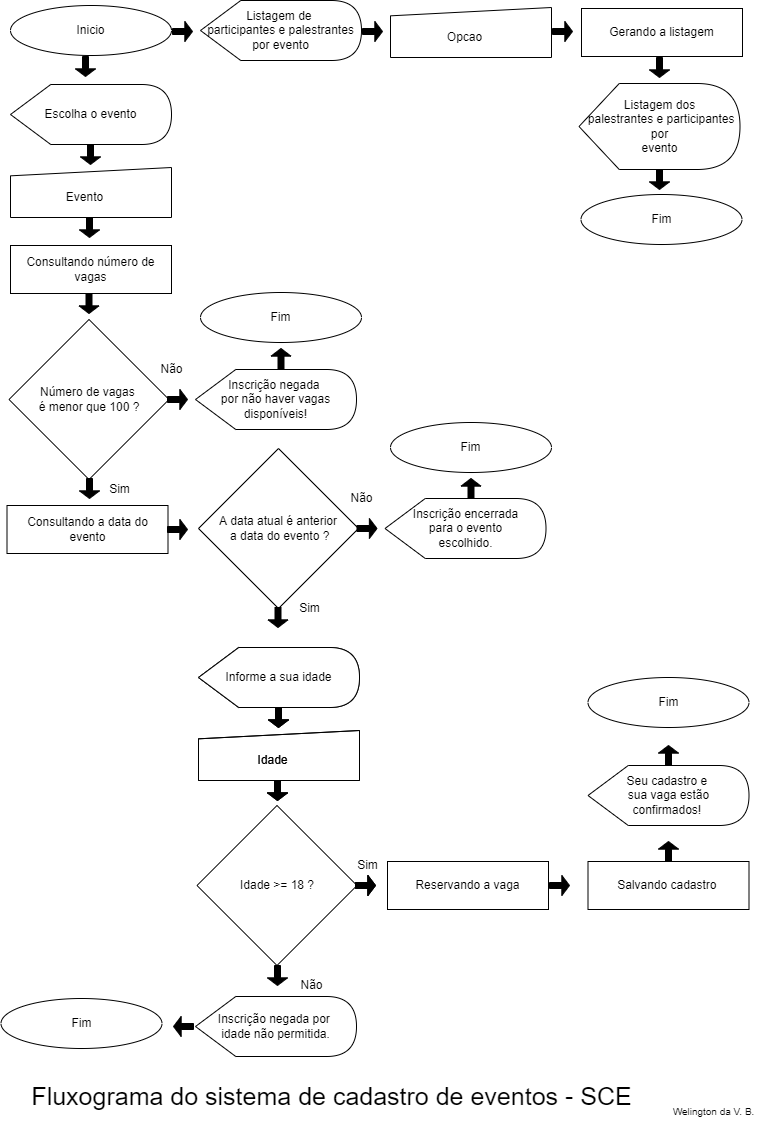
Earlier version of the draw.io export fluxograma-uc8-Atividade1.png (welingtonvb/uc8-atividade1). Source tidied: cells renumbered, new cells last; positions are measured from the earlier drawing's top-left corner, leaving out a move shared by most shapes.
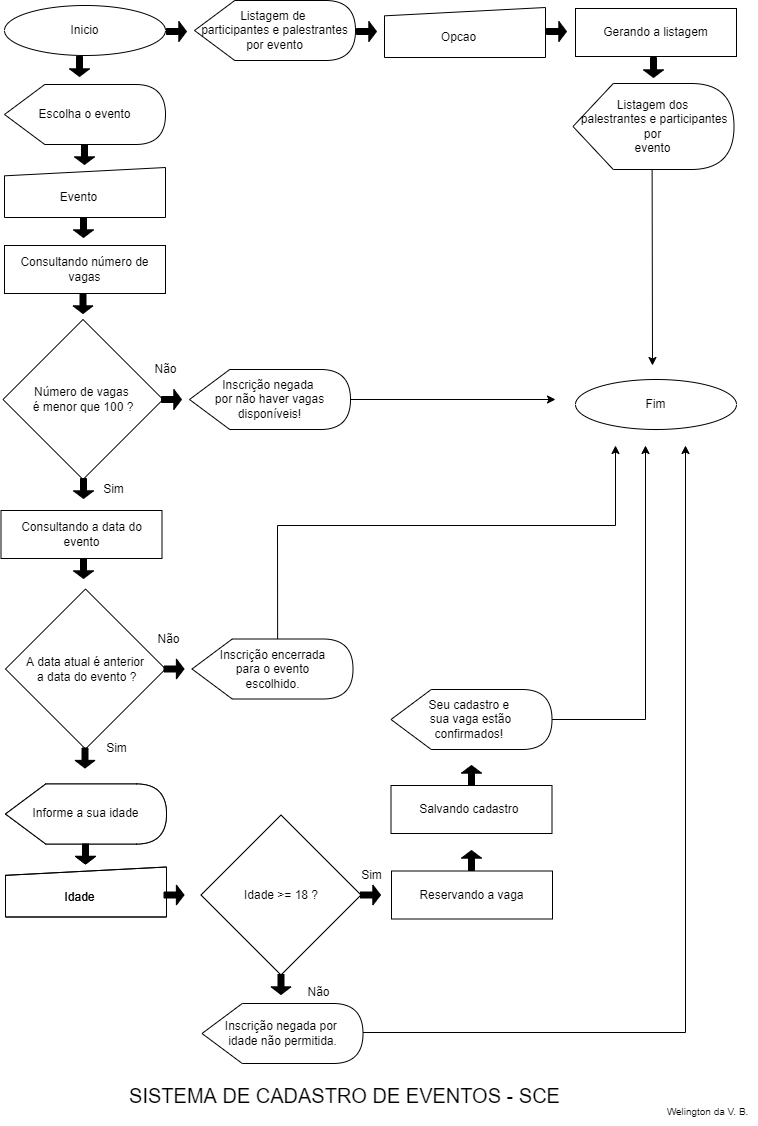
After the commit.

Commit message:
Fluxograma corrigido

The edit, as a diff of the source:
```diff
@@ -48,40 +48,34 @@
       <mxGeometry x="79" y="144" width="20" height="20" as="geometry" />
     </mxCell>
     <mxCell id="13" value="Consultando a data do evento" style="rounded=0;whiteSpace=wrap;html=1;" parent="1" vertex="1">
-      <mxGeometry x="5.5" y="505" width="161" height="48" as="geometry" />
+      <mxGeometry x="5.5" y="510" width="161" height="48" as="geometry" />
     </mxCell>
     <mxCell id="14" style="shape=singleArrow;direction=south;whiteSpace=wrap;html=1;arrowWidth=0.3;arrowSize=0.38255813953488293;fillColor=#000000;" parent="1" vertex="1">
       <mxGeometry x="78" y="217" width="20" height="20" as="geometry" />
     </mxCell>
     <mxCell id="15" value="A data atual é anterior&lt;br&gt;&amp;nbsp;a data do evento ?" style="rhombus;whiteSpace=wrap;html=1;" parent="1" vertex="1">
-      <mxGeometry x="197" y="448" width="160" height="160" as="geometry" />
+      <mxGeometry x="10" y="588.5" width="160" height="160" as="geometry" />
     </mxCell>
     <mxCell id="16" style="shape=singleArrow;direction=south;whiteSpace=wrap;html=1;arrowWidth=0.3;arrowSize=0.38255813953488293;fillColor=#000000;" parent="1" vertex="1">
       <mxGeometry x="77.5" y="293" width="20" height="20" as="geometry" />
     </mxCell>
     <mxCell id="17" style="shape=singleArrow;direction=south;whiteSpace=wrap;html=1;arrowWidth=0.3;arrowSize=0.38255813953488293;fillColor=#000000;rotation=-90;" parent="1" vertex="1">
-      <mxGeometry x="355.5" y="518" width="20" height="20" as="geometry" />
+      <mxGeometry x="168.5" y="658.5" width="20" height="20" as="geometry" />
     </mxCell>
     <mxCell id="18" value="Inscrição encerrada&lt;br&gt;&amp;nbsp;para o evento &lt;br&gt;escolhido." style="shape=display;whiteSpace=wrap;html=1;" parent="1" vertex="1">
-      <mxGeometry x="383.5" y="498" width="161" height="60" as="geometry" />
+      <mxGeometry x="196.5" y="638.5" width="161" height="60" as="geometry" />
     </mxCell>
     <mxCell id="19" value="Não" style="text;html=1;align=center;verticalAlign=middle;strokeColor=none;fillColor=none;" parent="1" vertex="1">
-      <mxGeometry x="339.5" y="488" width="40" height="20" as="geometry" />
+      <mxGeometry x="152.5" y="628.5" width="40" height="20" as="geometry" />
     </mxCell>
-    <mxCell id="20" style="shape=singleArrow;direction=south;whiteSpace=wrap;html=1;arrowWidth=0.3;arrowSize=0.38255813953488293;fillColor=#000000;rotation=-180;" parent="1" vertex="1">
-      <mxGeometry x="459.5" y="478" width="20" height="20" as="geometry" />
-    </mxCell>
-    <mxCell id="21" value="Fim" style="ellipse;whiteSpace=wrap;html=1;align=center;newEdgeStyle={&quot;edgeStyle&quot;:&quot;entityRelationEdgeStyle&quot;,&quot;startArrow&quot;:&quot;none&quot;,&quot;endArrow&quot;:&quot;none&quot;,&quot;segment&quot;:10,&quot;curved&quot;:1};" parent="1" vertex="1">
-      <mxGeometry x="389" y="422" width="161" height="50" as="geometry" />
-    </mxCell>
     <mxCell id="22" style="shape=singleArrow;direction=south;whiteSpace=wrap;html=1;arrowWidth=0.3;arrowSize=0.38255813953488293;fillColor=#000000;" parent="1" vertex="1">
-      <mxGeometry x="266.5" y="607" width="20" height="20" as="geometry" />
+      <mxGeometry x="79.5" y="747.5" width="20" height="20" as="geometry" />
     </mxCell>
     <mxCell id="23" value="Informe a sua idade" style="shape=display;whiteSpace=wrap;html=1;" parent="1" vertex="1">
-      <mxGeometry x="197" y="647" width="161" height="60" as="geometry" />
+      <mxGeometry x="10" y="783.5" width="161" height="60" as="geometry" />
     </mxCell>
     <mxCell id="24" style="group;" parent="1" vertex="1">
-      <mxGeometry x="197" y="730" width="161" height="50" as="geometry" />
+      <mxGeometry x="10" y="866.5" width="161" height="50" as="geometry" />
     </mxCell>
     <mxCell id="25" style="group;" parent="24" vertex="1">
       <mxGeometry width="161" height="50" as="geometry" />
@@ -114,22 +108,19 @@
       <mxGeometry x="48.9" y="20" width="50" height="20" as="geometry" />
     </mxCell>
     <mxCell id="31" style="shape=singleArrow;direction=south;whiteSpace=wrap;html=1;arrowWidth=0.3;arrowSize=0.38255813953488293;fillColor=#000000;" parent="1" vertex="1">
-      <mxGeometry x="267" y="707" width="20" height="20" as="geometry" />
+      <mxGeometry x="80" y="843.5" width="20" height="20" as="geometry" />
     </mxCell>
-    <mxCell id="32" style="shape=singleArrow;direction=south;whiteSpace=wrap;html=1;arrowWidth=0.3;arrowSize=0.38255813953488293;fillColor=#000000;" parent="1" vertex="1">
-      <mxGeometry x="266" y="780" width="20" height="20" as="geometry" />
-    </mxCell>
     <mxCell id="33" value="Idade &amp;gt;= 18 ?" style="rhombus;whiteSpace=wrap;html=1;" parent="1" vertex="1">
-      <mxGeometry x="195.5" y="805" width="160" height="160" as="geometry" />
+      <mxGeometry x="205.5" y="814.5" width="160" height="160" as="geometry" />
     </mxCell>
     <mxCell id="34" value="Inscrição negada por &lt;br&gt;idade não permitida." style="shape=display;whiteSpace=wrap;html=1;" parent="1" vertex="1">
-      <mxGeometry x="194" y="996" width="161" height="60" as="geometry" />
+      <mxGeometry x="206.5" y="1003" width="161" height="60" as="geometry" />
     </mxCell>
     <mxCell id="35" style="shape=singleArrow;direction=south;whiteSpace=wrap;html=1;arrowWidth=0.3;arrowSize=0.38255813953488293;fillColor=#000000;rotation=-90;" parent="1" vertex="1">
-      <mxGeometry x="354" y="875" width="20" height="20" as="geometry" />
+      <mxGeometry x="365" y="884.5" width="20" height="20" as="geometry" />
     </mxCell>
     <mxCell id="36" value="Sim" style="text;html=1;align=center;verticalAlign=middle;strokeColor=none;fillColor=none;" parent="1" vertex="1">
-      <mxGeometry x="287.5" y="598" width="40" height="20" as="geometry" />
+      <mxGeometry x="100.5" y="738.5" width="40" height="20" as="geometry" />
     </mxCell>
     <mxCell id="37" value="Consultando número de vagas" style="rounded=0;whiteSpace=wrap;html=1;" parent="1" vertex="1">
       <mxGeometry x="9" y="245" width="161" height="48" as="geometry" />
@@ -152,27 +143,21 @@
     <mxCell id="43" value="Sim" style="text;html=1;align=center;verticalAlign=middle;strokeColor=none;fillColor=none;" parent="1" vertex="1">
       <mxGeometry x="98" y="479" width="40" height="20" as="geometry" />
     </mxCell>
-    <mxCell id="44" style="shape=singleArrow;direction=south;whiteSpace=wrap;html=1;arrowWidth=0.3;arrowSize=0.38255813953488293;fillColor=#000000;rotation=-90;" parent="1" vertex="1">
-      <mxGeometry x="548" y="875" width="20" height="20" as="geometry" />
-    </mxCell>
     <mxCell id="45" value="Sim" style="text;html=1;align=center;verticalAlign=middle;strokeColor=none;fillColor=none;" parent="1" vertex="1">
-      <mxGeometry x="346" y="855" width="40" height="20" as="geometry" />
+      <mxGeometry x="356" y="864.5" width="40" height="20" as="geometry" />
     </mxCell>
     <mxCell id="46" value="Seu cadastro e &lt;br&gt;sua vaga estão&lt;br&gt;confirmados!&amp;nbsp;" style="shape=display;whiteSpace=wrap;html=1;" parent="1" vertex="1">
-      <mxGeometry x="586.5" y="765" width="161" height="60" as="geometry" />
+      <mxGeometry x="395.5" y="689" width="161" height="60" as="geometry" />
     </mxCell>
     <mxCell id="47" value="Salvando cadastro&amp;nbsp;" style="rounded=0;whiteSpace=wrap;html=1;" parent="1" vertex="1">
-      <mxGeometry x="586.5" y="861" width="161" height="48" as="geometry" />
+      <mxGeometry x="395.5" y="785" width="161" height="48" as="geometry" />
     </mxCell>
     <mxCell id="48" value="Reservando a vaga" style="rounded=0;whiteSpace=wrap;html=1;" parent="1" vertex="1">
-      <mxGeometry x="386" y="861" width="161" height="48" as="geometry" />
+      <mxGeometry x="396" y="870.5" width="161" height="48" as="geometry" />
     </mxCell>
     <mxCell id="49" style="shape=singleArrow;direction=south;whiteSpace=wrap;html=1;arrowWidth=0.3;arrowSize=0.38255813953488293;fillColor=#000000;rotation=-180;" parent="1" vertex="1">
-      <mxGeometry x="657" y="841" width="20" height="20" as="geometry" />
+      <mxGeometry x="466" y="765" width="20" height="20" as="geometry" />
     </mxCell>
-    <mxCell id="50" value="Fim" style="ellipse;whiteSpace=wrap;html=1;align=center;newEdgeStyle={&quot;edgeStyle&quot;:&quot;entityRelationEdgeStyle&quot;,&quot;startArrow&quot;:&quot;none&quot;,&quot;endArrow&quot;:&quot;none&quot;,&quot;segment&quot;:10,&quot;curved&quot;:1};" parent="1" vertex="1">
-      <mxGeometry x="586.5" y="677" width="161" height="50" as="geometry" />
-    </mxCell>
     <mxCell id="51" value="Listagem de &lt;br&gt;participantes e palestrantes por evento" style="shape=display;whiteSpace=wrap;html=1;" parent="1" vertex="1">
       <mxGeometry x="199" width="161" height="60" as="geometry" />
     </mxCell>
@@ -227,32 +212,17 @@
     <mxCell id="64" style="shape=singleArrow;direction=south;whiteSpace=wrap;html=1;arrowWidth=0.3;arrowSize=0.38255813953488293;fillColor=#000000;" parent="1" vertex="1">
       <mxGeometry x="648" y="57" width="20" height="20" as="geometry" />
     </mxCell>
-    <mxCell id="65" value="Fim" style="ellipse;whiteSpace=wrap;html=1;align=center;newEdgeStyle={&quot;edgeStyle&quot;:&quot;entityRelationEdgeStyle&quot;,&quot;startArrow&quot;:&quot;none&quot;,&quot;endArrow&quot;:&quot;none&quot;,&quot;segment&quot;:10,&quot;curved&quot;:1};" parent="1" vertex="1">
-      <mxGeometry x="579.5" y="194" width="161" height="50" as="geometry" />
+    <mxCell id="65" value="Fim" style="ellipse;whiteSpace=wrap;html=1;align=center;newEdgeStyle={&quot;edgeStyle&quot;:&quot;entityRelationEdgeStyle&quot;,&quot;startArrow&quot;:&quot;none&quot;,&quot;endArrow&quot;:&quot;none&quot;,&quot;segment&quot;:10,&quot;curved&quot;:1};" parent="1" vertex="1" collapsed="1">
+      <mxGeometry x="580" y="379" width="161" height="50" as="geometry" />
     </mxCell>
-    <mxCell id="66" style="shape=singleArrow;direction=south;whiteSpace=wrap;html=1;arrowWidth=0.3;arrowSize=0.38255813953488293;fillColor=#000000;" parent="1" vertex="1">
-      <mxGeometry x="648" y="169" width="20" height="20" as="geometry" />
-    </mxCell>
-    <mxCell id="67" value="&lt;font style=&quot;font-size: 25px&quot;&gt;Fluxograma do sistema de cadastro de eventos - SCE&lt;/font&gt;" style="text;html=1;align=center;verticalAlign=middle;strokeColor=none;fillColor=none;" parent="1" vertex="1">
-      <mxGeometry x="20" y="1085" width="620" height="20" as="geometry" />
-    </mxCell>
     <mxCell id="68" value="&lt;font style=&quot;font-size: 10px&quot;&gt;Welington da V. B.&lt;/font&gt;" style="text;html=1;align=center;verticalAlign=middle;strokeColor=none;fillColor=none;fontSize=25;" parent="1" vertex="1">
       <mxGeometry x="662" y="1085" width="100" height="40" as="geometry" />
     </mxCell>
-    <mxCell id="69" style="shape=singleArrow;direction=south;whiteSpace=wrap;html=1;arrowWidth=0.3;arrowSize=0.38255813953488293;fillColor=#000000;rotation=-180;" parent="1" vertex="1">
-      <mxGeometry x="269.5" y="348" width="20" height="20" as="geometry" />
-    </mxCell>
-    <mxCell id="70" value="Fim" style="ellipse;whiteSpace=wrap;html=1;align=center;newEdgeStyle={&quot;edgeStyle&quot;:&quot;entityRelationEdgeStyle&quot;,&quot;startArrow&quot;:&quot;none&quot;,&quot;endArrow&quot;:&quot;none&quot;,&quot;segment&quot;:10,&quot;curved&quot;:1};" parent="1" vertex="1">
-      <mxGeometry x="199" y="292" width="161" height="50" as="geometry" />
-    </mxCell>
-    <mxCell id="71" style="shape=singleArrow;direction=south;whiteSpace=wrap;html=1;arrowWidth=0.3;arrowSize=0.38255813953488293;fillColor=#000000;rotation=-90;" parent="1" vertex="1">
-      <mxGeometry x="166" y="519" width="20" height="20" as="geometry" />
-    </mxCell>
     <mxCell id="72" value="Informe a sua idade" style="shape=display;whiteSpace=wrap;html=1;" parent="1" vertex="1">
-      <mxGeometry x="197" y="647" width="161" height="60" as="geometry" />
+      <mxGeometry x="10" y="783.5" width="161" height="60" as="geometry" />
     </mxCell>
     <mxCell id="73" style="group;" parent="1" vertex="1">
-      <mxGeometry x="197" y="730" width="161" height="50" as="geometry" />
+      <mxGeometry x="10" y="866.5" width="161" height="50" as="geometry" />
     </mxCell>
     <mxCell id="74" style="group;" parent="73" vertex="1">
       <mxGeometry width="161" height="50" as="geometry" />
@@ -285,28 +255,61 @@
       <mxGeometry x="48.9" y="20" width="50" height="20" as="geometry" />
     </mxCell>
     <mxCell id="80" style="shape=singleArrow;direction=south;whiteSpace=wrap;html=1;arrowWidth=0.3;arrowSize=0.38255813953488293;fillColor=#000000;" parent="1" vertex="1">
-      <mxGeometry x="267" y="707" width="20" height="20" as="geometry" />
+      <mxGeometry x="80" y="843.5" width="20" height="20" as="geometry" />
     </mxCell>
-    <mxCell id="81" style="shape=singleArrow;direction=south;whiteSpace=wrap;html=1;arrowWidth=0.3;arrowSize=0.38255813953488293;fillColor=#000000;" parent="1" vertex="1">
-      <mxGeometry x="266" y="780" width="20" height="20" as="geometry" />
-    </mxCell>
-    <mxCell id="82" style="shape=singleArrow;direction=south;whiteSpace=wrap;html=1;arrowWidth=0.3;arrowSize=0.38255813953488293;fillColor=#000000;rotation=-90;" parent="1" vertex="1">
-      <mxGeometry x="354" y="875" width="20" height="20" as="geometry" />
-    </mxCell>
     <mxCell id="83" style="shape=singleArrow;direction=south;whiteSpace=wrap;html=1;arrowWidth=0.3;arrowSize=0.38255813953488293;fillColor=#000000;" parent="1" vertex="1">
-      <mxGeometry x="266" y="965" width="20" height="20" as="geometry" />
+      <mxGeometry x="275.5" y="974" width="20" height="20" as="geometry" />
     </mxCell>
     <mxCell id="84" value="Não" style="text;html=1;align=center;verticalAlign=middle;strokeColor=none;fillColor=none;" parent="1" vertex="1">
-      <mxGeometry x="290" y="975" width="40" height="20" as="geometry" />
+      <mxGeometry x="302.5" y="982" width="40" height="20" as="geometry" />
     </mxCell>
-    <mxCell id="85" value="Fim" style="ellipse;whiteSpace=wrap;html=1;align=center;newEdgeStyle={&quot;edgeStyle&quot;:&quot;entityRelationEdgeStyle&quot;,&quot;startArrow&quot;:&quot;none&quot;,&quot;endArrow&quot;:&quot;none&quot;,&quot;segment&quot;:10,&quot;curved&quot;:1};" parent="1" vertex="1">
-      <mxGeometry x="-0.5" y="998" width="161" height="50" as="geometry" />
-    </mxCell>
-    <mxCell id="86" style="shape=singleArrow;direction=south;whiteSpace=wrap;html=1;arrowWidth=0.3;arrowSize=0.38255813953488293;fillColor=#000000;rotation=90;" parent="1" vertex="1">
-      <mxGeometry x="172" y="1016" width="20" height="20" as="geometry" />
-    </mxCell>
-    <mxCell id="87" style="shape=singleArrow;direction=south;whiteSpace=wrap;html=1;arrowWidth=0.3;arrowSize=0.38255813953488293;fillColor=#000000;rotation=-180;" parent="1" vertex="1">
-      <mxGeometry x="657" y="745" width="20" height="20" as="geometry" />
-    </mxCell>
+    <mxCell id="88" style="shape=singleArrow;direction=south;whiteSpace=wrap;html=1;arrowWidth=0.3;arrowSize=0.38255813953488293;fillColor=#000000;" parent="1" vertex="1">
+      <mxGeometry x="78" y="558" width="20" height="20" as="geometry" />
+    </mxCell>
+    <mxCell id="89" style="shape=singleArrow;direction=south;whiteSpace=wrap;html=1;arrowWidth=0.3;arrowSize=0.38255813953488293;fillColor=#000000;rotation=-90;" parent="1" vertex="1">
+      <mxGeometry x="168.5" y="884.5" width="20" height="20" as="geometry" />
+    </mxCell>
+    <mxCell id="90" style="shape=singleArrow;direction=south;whiteSpace=wrap;html=1;arrowWidth=0.3;arrowSize=0.38255813953488293;fillColor=#000000;rotation=-180;" parent="1" vertex="1">
+      <mxGeometry x="466" y="850" width="20" height="20" as="geometry" />
+    </mxCell>
+    <mxCell id="91" style="endArrow=classic;html=1;rounded=0;exitX=1;exitY=0.5;exitDx=0;exitDy=0;exitPerimeter=0;" parent="1" edge="1" source="46">
+      <mxGeometry relative="1" as="geometry">
+        <mxPoint x="650" y="445" as="targetPoint" />
+        <Array as="points">
+          <mxPoint x="650" y="719" />
+        </Array>
+      </mxGeometry>
+    </mxCell>
+    <mxCell id="92" style="endArrow=classic;html=1;rounded=0;" parent="1" edge="1">
+      <mxGeometry relative="1" as="geometry">
+        <mxPoint x="367.5" y="1032" as="sourcePoint" />
+        <mxPoint x="690" y="445" as="targetPoint" />
+        <Array as="points">
+          <mxPoint x="690" y="1032" />
+        </Array>
+      </mxGeometry>
+    </mxCell>
+    <mxCell id="93" style="endArrow=classic;html=1;rounded=0;exitX=0;exitY=0;exitDx=79.125;exitDy=86;exitPerimeter=0;" parent="1" edge="1" source="63">
+      <mxGeometry relative="1" as="geometry">
+        <mxPoint x="657" y="365" as="targetPoint" />
+      </mxGeometry>
+    </mxCell>
+    <mxCell id="94" style="endArrow=classic;html=1;rounded=0;strokeWidth=1;fillColor=#000000;exitX=1;exitY=0.5;exitDx=0;exitDy=0;exitPerimeter=0;" parent="1" edge="1" source="40">
+      <mxGeometry relative="1" as="geometry">
+        <mxPoint x="560" y="399" as="targetPoint" />
+      </mxGeometry>
+    </mxCell>
+    <mxCell id="95" style="endArrow=classic;html=1;rounded=0;strokeWidth=1;fillColor=#000000;exitX=0;exitY=0;exitDx=85.625;exitDy=0;exitPerimeter=0;" parent="1" edge="1" source="18">
+      <mxGeometry relative="1" as="geometry">
+        <mxPoint x="620" y="445" as="targetPoint" />
+        <Array as="points">
+          <mxPoint x="282" y="525" />
+          <mxPoint x="620" y="525" />
+        </Array>
+      </mxGeometry>
+    </mxCell>
+    <mxCell id="96" value="SISTEMA DE CADASTRO DE EVENTOS - SCE" style="text;html=1;align=center;verticalAlign=middle;strokeColor=none;fillColor=none;fontSize=20;" parent="1" vertex="1">
+      <mxGeometry x="124" y="1080" width="450" height="30" as="geometry" />
+    </mxCell>
   </root>
 </mxGraphModel>
```
